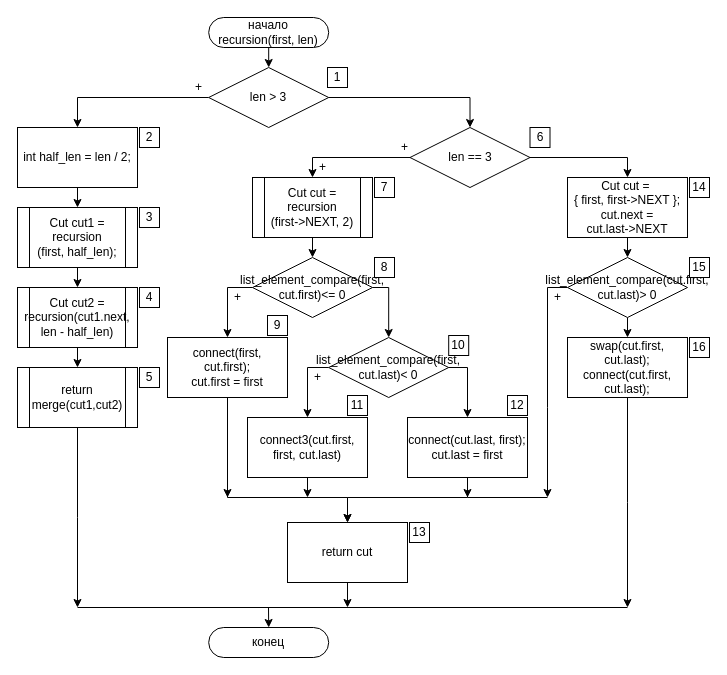
The draw.io diagram ПЗ/Diagrams/recursion.drawio in Killfrra/AnP, before the edit. Source tidied: cells renumbered, new cells numbered last; positions are measured from the earlier drawing's top-left corner, leaving out a move shared by most shapes. Both pictures are drawn from the tidied source at 100%, with x=0, y=0 at pixel (17, 17).
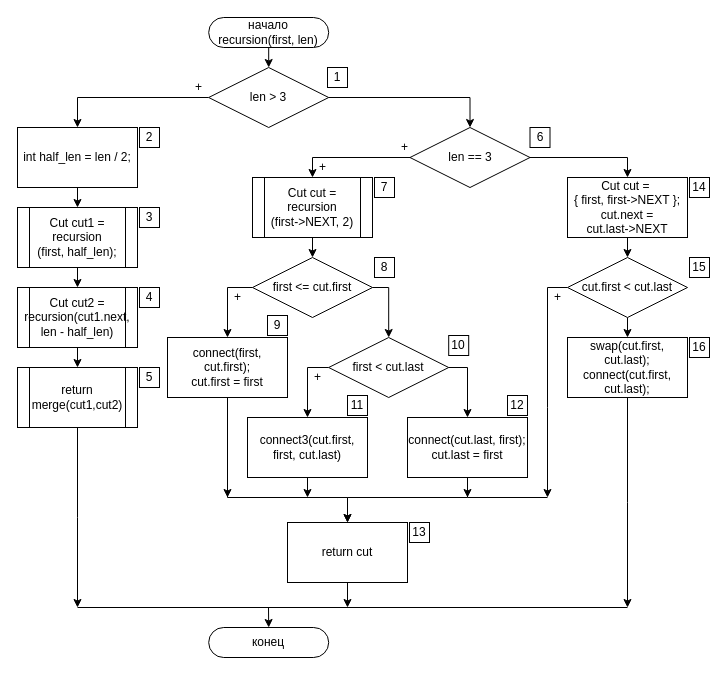
The same diagram, later.

Change to the diagram source:
```diff
@@
-    <mxCell id="14" value="list_element_compare(first, cut.first)&lt;= 0" style="rhombus;whiteSpace=wrap;html=1;rounded=0;" parent="1" vertex="1">
+    <mxCell id="14" value="&lt;font style=&quot;font-size: 12px&quot;&gt;first &amp;lt;= cut.first&lt;/font&gt;" style="rhombus;whiteSpace=wrap;html=1;rounded=0;" parent="1" vertex="1">
       <mxGeometry x="235" y="240" width="120" height="60" as="geometry" />
     </mxCell>
@@
-    <mxCell id="18" value="list_element_compare(first, cut.last)&lt; 0" style="rhombus;whiteSpace=wrap;html=1;rounded=0;" parent="1" vertex="1">
+    <mxCell id="18" value="first &amp;lt; cut.last" style="rhombus;whiteSpace=wrap;html=1;rounded=0;" parent="1" vertex="1">
       <mxGeometry x="311.2" y="320" width="120" height="60" as="geometry" />
     </mxCell>
@@
-    <mxCell id="32" value="list_element_compare(cut.first, cut.last)&gt; 0" style="rhombus;whiteSpace=wrap;html=1;rounded=0;" parent="1" vertex="1">
+    <mxCell id="32" value="cut.first &amp;lt; cut.last" style="rhombus;whiteSpace=wrap;html=1;rounded=0;" parent="1" vertex="1">
       <mxGeometry x="550" y="240" width="120" height="60" as="geometry" />
     </mxCell>
```
